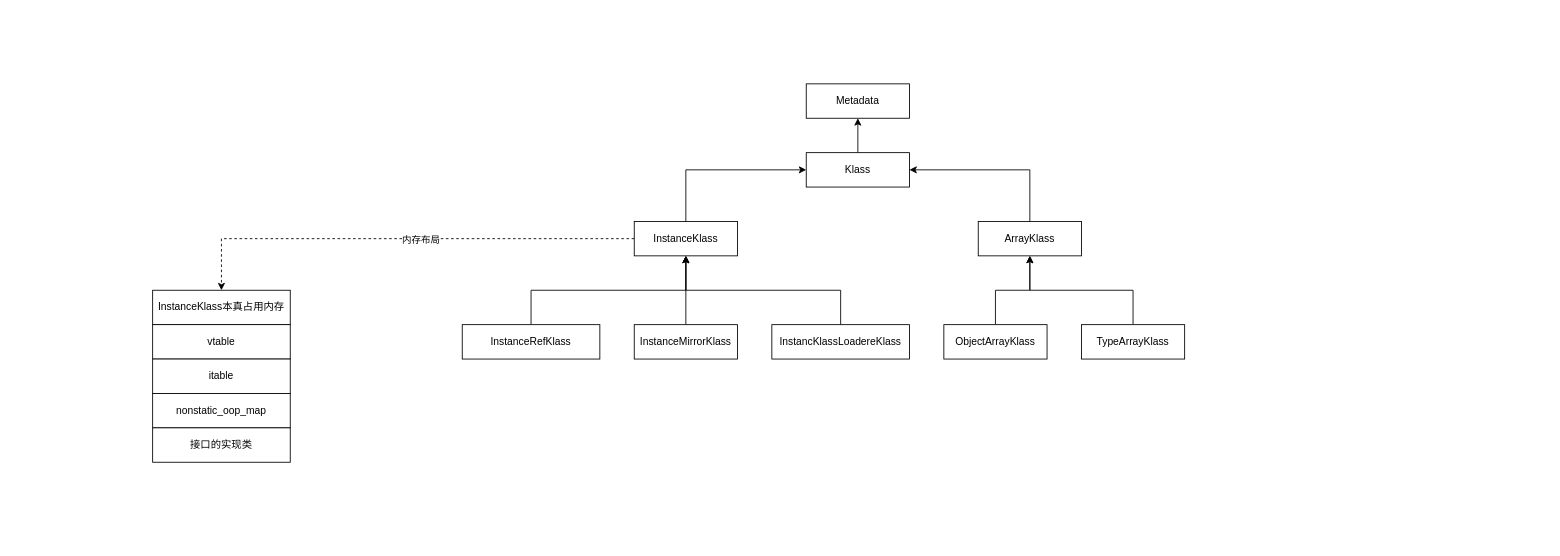
The draw.io diagram my_docs/JVM/openjdk_jvm.drawio in Bannirui/Bannirui.github.io, before the edit. Source tidied: cells renumbered, new cells numbered last; positions are measured from the earlier drawing's top-left corner, leaving out a move shared by most shapes. Both pictures are drawn from the tidied source at 86%, with x=0, y=0 at pixel (152, 83).
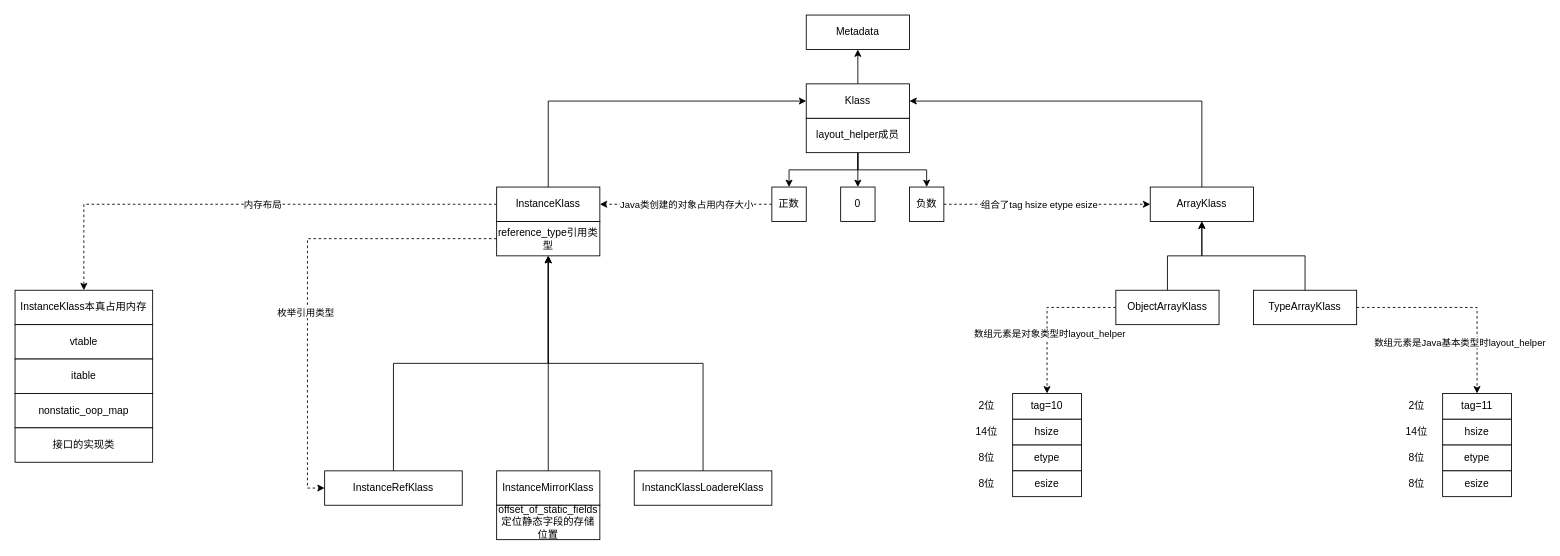
Above is the later version.

What changed in the source:
```diff
@@
-    <mxCell id="2" style="edgeStyle=orthogonalEdgeStyle;rounded=0;jettySize=auto;html=1;exitX=0.5;exitY=0;exitDx=0;exitDy=0;entryX=0.5;entryY=1;entryDx=0;entryDy=0;" parent="1" edge="1" source="3" target="10">
-      <mxGeometry relative="1" as="geometry" />
-    </mxCell>
+    <mxCell id="26" style="edgeStyle=orthogonalEdgeStyle;rounded=0;jettySize=auto;html=1;exitX=0.5;exitY=1;exitDx=0;exitDy=0;entryX=0.5;entryY=0;entryDx=0;entryDy=0;" parent="1" edge="1" source="3" target="42">
+      <mxGeometry relative="1" as="geometry" />
+    </mxCell>
+    <mxCell id="27" style="edgeStyle=orthogonalEdgeStyle;rounded=0;jettySize=auto;html=1;exitX=0.5;exitY=1;exitDx=0;exitDy=0;entryX=0.5;entryY=0;entryDx=0;entryDy=0;" parent="1" edge="1" source="3" target="43">
+      <mxGeometry relative="1" as="geometry" />
+    </mxCell>
+    <mxCell id="28" style="edgeStyle=orthogonalEdgeStyle;rounded=0;jettySize=auto;html=1;exitX=0.5;exitY=1;exitDx=0;exitDy=0;" parent="1" edge="1" source="3" target="46">
+      <mxGeometry relative="1" as="geometry" />
+    </mxCell>
-    <mxCell id="3" value="Klass" style="rounded=0;whiteSpace=wrap;html=1;" parent="1" vertex="1">
-      <mxGeometry x="760" y="80" width="120" height="40" as="geometry" />
+    <mxCell id="3" value="layout_helper成员" style="rounded=0;whiteSpace=wrap;html=1;" parent="1" vertex="1">
+      <mxGeometry x="760" y="40" width="120" height="40" as="geometry" />
     </mxCell>
-    <mxCell id="4" style="edgeStyle=orthogonalEdgeStyle;rounded=0;jettySize=auto;html=1;exitX=0.5;exitY=0;exitDx=0;exitDy=0;entryX=0;entryY=0.5;entryDx=0;entryDy=0;" parent="1" edge="1" source="7" target="3">
-      <mxGeometry relative="1" as="geometry" />
-    </mxCell>
-    <mxCell id="5" style="edgeStyle=orthogonalEdgeStyle;rounded=0;jettySize=auto;html=1;exitX=0;exitY=0.5;exitDx=0;exitDy=0;dashed=1;" parent="1" edge="1" source="7" target="21">
+    <mxCell id="5" style="edgeStyle=orthogonalEdgeStyle;rounded=0;jettySize=auto;html=1;exitX=0;exitY=0.5;exitDx=0;exitDy=0;dashed=1;" parent="1" edge="1" source="36" target="21">
       <mxGeometry relative="1" as="geometry" />
     </mxCell>
@@
+    <mxCell id="29" style="edgeStyle=orthogonalEdgeStyle;rounded=0;jettySize=auto;html=1;exitX=0;exitY=0.5;exitDx=0;exitDy=0;entryX=0;entryY=0.5;entryDx=0;entryDy=0;dashed=1;" parent="1" edge="1" source="7" target="12">
+      <mxGeometry relative="1" as="geometry" />
+    </mxCell>
+    <mxCell id="30" value="枚举引用类型" style="edgeLabel;html=1;align=center;verticalAlign=middle;" parent="29" vertex="1">
+      <mxGeometry x="0.15" y="-3" relative="1" as="geometry" />
+    </mxCell>
-    <mxCell id="7" value="InstanceKlass" style="rounded=0;whiteSpace=wrap;html=1;" parent="1" vertex="1">
-      <mxGeometry x="560" y="160" width="120" height="40" as="geometry" />
+    <mxCell id="7" value="reference_type引用类型" style="rounded=0;whiteSpace=wrap;html=1;" parent="1" vertex="1">
+      <mxGeometry x="400" y="160" width="120" height="40" as="geometry" />
     </mxCell>
-    <mxCell id="8" style="edgeStyle=orthogonalEdgeStyle;rounded=0;jettySize=auto;html=1;exitX=0.5;exitY=0;exitDx=0;exitDy=0;entryX=1;entryY=0.5;entryDx=0;entryDy=0;" parent="1" edge="1" source="9" target="3">
+    <mxCell id="8" style="edgeStyle=orthogonalEdgeStyle;rounded=0;jettySize=auto;html=1;exitX=0.5;exitY=0;exitDx=0;exitDy=0;entryX=1;entryY=0.5;entryDx=0;entryDy=0;" parent="1" edge="1" source="9" target="39">
       <mxGeometry relative="1" as="geometry" />
     </mxCell>
     <mxCell id="9" value="ArrayKlass" style="rounded=0;whiteSpace=wrap;html=1;" parent="1" vertex="1">
-      <mxGeometry x="960" y="160" width="120" height="40" as="geometry" />
+      <mxGeometry x="1160" y="120" width="120" height="40" as="geometry" />
     </mxCell>
     <mxCell id="10" value="Metadata" style="rounded=0;whiteSpace=wrap;html=1;" parent="1" vertex="1">
-      <mxGeometry x="760" width="120" height="40" as="geometry" />
+      <mxGeometry x="760" y="-80" width="120" height="40" as="geometry" />
     </mxCell>
@@
     <mxCell id="12" value="InstanceRefKlass" style="rounded=0;whiteSpace=wrap;html=1;" parent="1" vertex="1">
-      <mxGeometry x="360" y="280" width="160" height="40" as="geometry" />
+      <mxGeometry x="200" y="450" width="160" height="40" as="geometry" />
     </mxCell>
@@
     <mxCell id="14" value="InstanceMirrorKlass" style="rounded=0;whiteSpace=wrap;html=1;" parent="1" vertex="1">
-      <mxGeometry x="560" y="280" width="120" height="40" as="geometry" />
+      <mxGeometry x="400" y="450" width="120" height="40" as="geometry" />
     </mxCell>
@@
     <mxCell id="16" value="InstancKlassLoadereKlass" style="rounded=0;whiteSpace=wrap;html=1;" parent="1" vertex="1">
-      <mxGeometry x="720" y="280" width="160" height="40" as="geometry" />
+      <mxGeometry x="560" y="450" width="160" height="40" as="geometry" />
     </mxCell>
@@
+    <mxCell id="31" style="edgeStyle=orthogonalEdgeStyle;rounded=0;jettySize=auto;html=1;exitX=0;exitY=0.5;exitDx=0;exitDy=0;entryX=0.5;entryY=0;entryDx=0;entryDy=0;dashed=1;" parent="1" edge="1" source="18" target="47">
+      <mxGeometry relative="1" as="geometry" />
+    </mxCell>
+    <mxCell id="32" value="数组元素是对象类型时layout_helper" style="edgeLabel;html=1;align=center;verticalAlign=middle;" parent="31" vertex="1">
+      <mxGeometry x="0.22" y="2" relative="1" as="geometry" />
+    </mxCell>
     <mxCell id="18" value="ObjectArrayKlass" style="rounded=0;whiteSpace=wrap;html=1;" parent="1" vertex="1">
-      <mxGeometry x="920" y="280" width="120" height="40" as="geometry" />
+      <mxGeometry x="1120" y="240" width="120" height="40" as="geometry" />
     </mxCell>
@@
+    <mxCell id="33" style="edgeStyle=orthogonalEdgeStyle;rounded=0;jettySize=auto;html=1;exitX=1;exitY=0.5;exitDx=0;exitDy=0;entryX=0.5;entryY=0;entryDx=0;entryDy=0;dashed=1;" parent="1" edge="1" source="20" target="55">
+      <mxGeometry relative="1" as="geometry" />
+    </mxCell>
+    <mxCell id="34" value="数组元素是Java基本类型时layout_helper" style="edgeLabel;html=1;align=center;verticalAlign=middle;" parent="33" vertex="1">
+      <mxGeometry x="-0.73" y="1" relative="1" as="geometry">
+        <mxPoint x="87" y="41" as="offset" />
+      </mxGeometry>
+    </mxCell>
     <mxCell id="20" value="TypeArrayKlass" style="rounded=0;whiteSpace=wrap;html=1;" parent="1" vertex="1">
-      <mxGeometry x="1080" y="280" width="120" height="40" as="geometry" />
+      <mxGeometry x="1280" y="240" width="120" height="40" as="geometry" />
     </mxCell>
     <mxCell id="21" value="InstanceKlass本真占用内存" style="rounded=0;whiteSpace=wrap;html=1;" parent="1" vertex="1">
-      <mxGeometry y="240" width="160" height="40" as="geometry" />
+      <mxGeometry x="-160" y="240" width="160" height="40" as="geometry" />
     </mxCell>
     <mxCell id="22" value="vtable" style="rounded=0;whiteSpace=wrap;html=1;" parent="1" vertex="1">
-      <mxGeometry y="280" width="160" height="40" as="geometry" />
+      <mxGeometry x="-160" y="280" width="160" height="40" as="geometry" />
     </mxCell>
     <mxCell id="23" value="itable" style="rounded=0;whiteSpace=wrap;html=1;" parent="1" vertex="1">
-      <mxGeometry y="320" width="160" height="40" as="geometry" />
+      <mxGeometry x="-160" y="320" width="160" height="40" as="geometry" />
     </mxCell>
     <mxCell id="24" value="nonstatic_oop_map" style="rounded=0;whiteSpace=wrap;html=1;" parent="1" vertex="1">
-      <mxGeometry y="360" width="160" height="40" as="geometry" />
+      <mxGeometry x="-160" y="360" width="160" height="40" as="geometry" />
     </mxCell>
     <mxCell id="25" value="接口的实现类" style="rounded=0;whiteSpace=wrap;html=1;" parent="1" vertex="1">
-      <mxGeometry y="400" width="160" height="40" as="geometry" />
+      <mxGeometry x="-160" y="400" width="160" height="40" as="geometry" />
     </mxCell>
+    <mxCell id="35" style="edgeStyle=orthogonalEdgeStyle;rounded=0;jettySize=auto;html=1;exitX=0.5;exitY=0;exitDx=0;exitDy=0;entryX=0;entryY=0.5;entryDx=0;entryDy=0;" parent="1" edge="1" source="36" target="39">
+      <mxGeometry relative="1" as="geometry" />
+    </mxCell>
+    <mxCell id="36" value="InstanceKlass" style="rounded=0;whiteSpace=wrap;html=1;" parent="1" vertex="1">
+      <mxGeometry x="400" y="120" width="120" height="40" as="geometry" />
+    </mxCell>
+    <mxCell id="37" value="offset_of_static_fields定位静态字段的存储位置" style="rounded=0;whiteSpace=wrap;html=1;" parent="1" vertex="1">
+      <mxGeometry x="400" y="490" width="120" height="40" as="geometry" />
+    </mxCell>
+    <mxCell id="38" style="edgeStyle=orthogonalEdgeStyle;rounded=0;jettySize=auto;html=1;exitX=0.5;exitY=0;exitDx=0;exitDy=0;" parent="1" edge="1" source="39" target="10">
+      <mxGeometry relative="1" as="geometry" />
+    </mxCell>
+    <mxCell id="39" value="Klass" style="rounded=0;whiteSpace=wrap;html=1;" parent="1" vertex="1">
+      <mxGeometry x="760" width="120" height="40" as="geometry" />
+    </mxCell>
+    <mxCell id="40" style="edgeStyle=orthogonalEdgeStyle;rounded=0;jettySize=auto;html=1;exitX=0;exitY=0.5;exitDx=0;exitDy=0;dashed=1;" parent="1" edge="1" source="42" target="36">
+      <mxGeometry relative="1" as="geometry" />
+    </mxCell>
+    <mxCell id="41" value="Java类创建的对象占用内存大小" style="edgeLabel;html=1;align=center;verticalAlign=middle;" parent="40" vertex="1">
+      <mxGeometry x="0.34" relative="1" as="geometry">
+        <mxPoint x="34" as="offset" />
+      </mxGeometry>
+    </mxCell>
+    <mxCell id="42" value="正数" style="rounded=0;whiteSpace=wrap;html=1;" parent="1" vertex="1">
+      <mxGeometry x="720" y="120" width="40" height="40" as="geometry" />
+    </mxCell>
+    <mxCell id="43" value="0" style="rounded=0;whiteSpace=wrap;html=1;" parent="1" vertex="1">
+      <mxGeometry x="800" y="120" width="40" height="40" as="geometry" />
+    </mxCell>
+    <mxCell id="44" style="edgeStyle=orthogonalEdgeStyle;rounded=0;jettySize=auto;html=1;exitX=1;exitY=0.5;exitDx=0;exitDy=0;entryX=0;entryY=0.5;entryDx=0;entryDy=0;dashed=1;" parent="1" edge="1" source="46" target="9">
+      <mxGeometry relative="1" as="geometry" />
+    </mxCell>
+    <mxCell id="45" value="组合了tag hsize etype esize" style="edgeLabel;html=1;align=center;verticalAlign=middle;" parent="44" vertex="1">
+      <mxGeometry x="-0.37" y="-2" relative="1" as="geometry">
+        <mxPoint x="34" y="-2" as="offset" />
+      </mxGeometry>
+    </mxCell>
+    <mxCell id="46" value="负数" style="rounded=0;whiteSpace=wrap;html=1;" parent="1" vertex="1">
+      <mxGeometry x="880" y="120" width="40" height="40" as="geometry" />
+    </mxCell>
+    <mxCell id="47" value="tag=10" style="rounded=0;whiteSpace=wrap;html=1;" parent="1" vertex="1">
+      <mxGeometry x="1000" y="360" width="80" height="30" as="geometry" />
+    </mxCell>
+    <mxCell id="48" value="hsize" style="rounded=0;whiteSpace=wrap;html=1;" parent="1" vertex="1">
+      <mxGeometry x="1000" y="390" width="80" height="30" as="geometry" />
+    </mxCell>
+    <mxCell id="49" value="etype" style="rounded=0;whiteSpace=wrap;html=1;" parent="1" vertex="1">
+      <mxGeometry x="1000" y="420" width="80" height="30" as="geometry" />
+    </mxCell>
+    <mxCell id="50" value="esize" style="rounded=0;whiteSpace=wrap;html=1;" parent="1" vertex="1">
+      <mxGeometry x="1000" y="450" width="80" height="30" as="geometry" />
+    </mxCell>
+    <mxCell id="51" value="2位" style="text;html=1;whiteSpace=wrap;strokeColor=none;fillColor=none;align=center;verticalAlign=middle;rounded=0;" parent="1" vertex="1">
+      <mxGeometry x="940" y="360" width="60" height="30" as="geometry" />
+    </mxCell>
+    <mxCell id="52" value="14位" style="text;html=1;whiteSpace=wrap;strokeColor=none;fillColor=none;align=center;verticalAlign=middle;rounded=0;" parent="1" vertex="1">
+      <mxGeometry x="940" y="390" width="60" height="30" as="geometry" />
+    </mxCell>
+    <mxCell id="53" value="8位" style="text;html=1;whiteSpace=wrap;strokeColor=none;fillColor=none;align=center;verticalAlign=middle;rounded=0;" parent="1" vertex="1">
+      <mxGeometry x="940" y="420" width="60" height="30" as="geometry" />
+    </mxCell>
+    <mxCell id="54" value="8位" style="text;html=1;whiteSpace=wrap;strokeColor=none;fillColor=none;align=center;verticalAlign=middle;rounded=0;" parent="1" vertex="1">
+      <mxGeometry x="940" y="450" width="60" height="30" as="geometry" />
+    </mxCell>
+    <mxCell id="55" value="tag=11" style="rounded=0;whiteSpace=wrap;html=1;" parent="1" vertex="1">
+      <mxGeometry x="1500" y="360" width="80" height="30" as="geometry" />
+    </mxCell>
+    <mxCell id="56" value="hsize" style="rounded=0;whiteSpace=wrap;html=1;" parent="1" vertex="1">
+      <mxGeometry x="1500" y="390" width="80" height="30" as="geometry" />
+    </mxCell>
+    <mxCell id="57" value="etype" style="rounded=0;whiteSpace=wrap;html=1;" parent="1" vertex="1">
+      <mxGeometry x="1500" y="420" width="80" height="30" as="geometry" />
+    </mxCell>
+    <mxCell id="58" value="esize" style="rounded=0;whiteSpace=wrap;html=1;" parent="1" vertex="1">
+      <mxGeometry x="1500" y="450" width="80" height="30" as="geometry" />
+    </mxCell>
+    <mxCell id="59" value="2位" style="text;html=1;whiteSpace=wrap;strokeColor=none;fillColor=none;align=center;verticalAlign=middle;rounded=0;" parent="1" vertex="1">
+      <mxGeometry x="1440" y="360" width="60" height="30" as="geometry" />
+    </mxCell>
+    <mxCell id="60" value="14位" style="text;html=1;whiteSpace=wrap;strokeColor=none;fillColor=none;align=center;verticalAlign=middle;rounded=0;" parent="1" vertex="1">
+      <mxGeometry x="1440" y="390" width="60" height="30" as="geometry" />
+    </mxCell>
+    <mxCell id="61" value="8位" style="text;html=1;whiteSpace=wrap;strokeColor=none;fillColor=none;align=center;verticalAlign=middle;rounded=0;" parent="1" vertex="1">
+      <mxGeometry x="1440" y="420" width="60" height="30" as="geometry" />
+    </mxCell>
+    <mxCell id="62" value="8位" style="text;html=1;whiteSpace=wrap;strokeColor=none;fillColor=none;align=center;verticalAlign=middle;rounded=0;" parent="1" vertex="1">
+      <mxGeometry x="1440" y="450" width="60" height="30" as="geometry" />
+    </mxCell>
```
